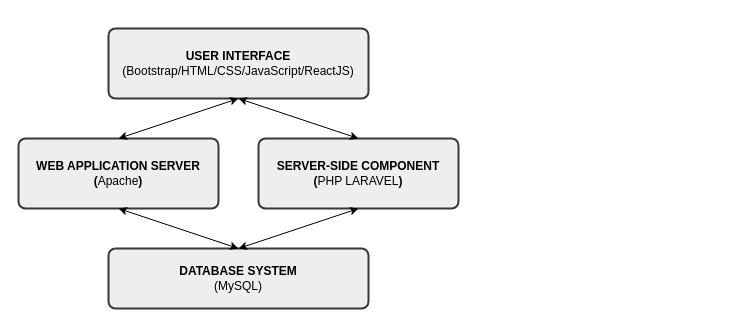
Before: proposal/submission/sec01/stakeholder/diagram/flowchart.drawio in drshahizan/software-engineering, a draw.io diagram. Source tidied: cells renumbered, new cells numbered last; positions are measured from the earlier drawing's top-left corner, leaving out a move shared by most shapes. Both pictures are drawn from the tidied source at 100%, with x=0, y=0 at pixel (18, 28).
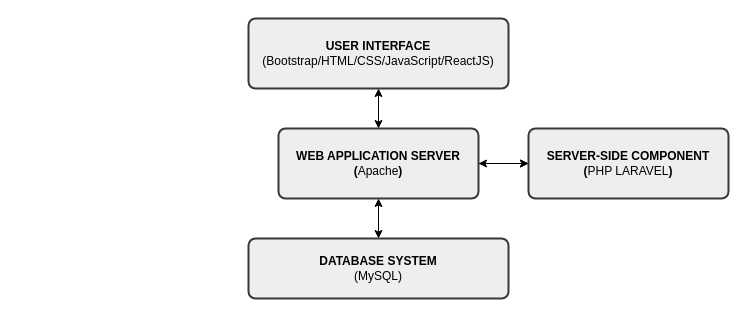
The same page after the edit.

Change to the diagram source:
```diff
@@
 <mxGraphModel background="#ffffff">
   <root>
     <mxCell id="0" />
     <mxCell id="1" parent="0" />
     <mxCell id="2" value="&lt;b&gt;USER INTERFACE&lt;br&gt;&lt;/b&gt;(Bootstrap/HTML/CSS/JavaScript/ReactJS)" style="rounded=1;whiteSpace=wrap;html=1;absoluteArcSize=1;arcSize=14;strokeWidth=2;fillColor=#eeeeee;strokeColor=#36393d;fontColor=#000000;" parent="1" vertex="1">
-      <mxGeometry x="90" width="260" height="70" as="geometry" />
+      <mxGeometry x="230" y="-10" width="260" height="70" as="geometry" />
     </mxCell>
+    <mxCell id="9" style="edgeStyle=none;html=1;entryX=0;entryY=0.5;entryDx=0;entryDy=0;" parent="1" edge="1" source="3" target="4">
+      <mxGeometry relative="1" as="geometry" />
+    </mxCell>
+    <mxCell id="10" style="edgeStyle=none;html=1;entryX=0;entryY=0.5;entryDx=0;entryDy=0;strokeColor=#000000;" parent="1" edge="1" source="3" target="4">
+      <mxGeometry relative="1" as="geometry" />
+    </mxCell>
     <mxCell id="3" value="&lt;b&gt;WEB APPLICATION SERVER&lt;br&gt;(&lt;/b&gt;Apache&lt;b&gt;)&lt;br&gt;&lt;/b&gt;" style="rounded=1;whiteSpace=wrap;html=1;absoluteArcSize=1;arcSize=14;strokeWidth=2;fillColor=#eeeeee;strokeColor=#36393d;fontColor=#000000;" parent="1" vertex="1">
-      <mxGeometry y="110" width="200" height="70" as="geometry" />
+      <mxGeometry x="260" y="100" width="200" height="70" as="geometry" />
     </mxCell>
+    <mxCell id="11" style="edgeStyle=none;html=1;entryX=1;entryY=0.5;entryDx=0;entryDy=0;strokeColor=#000000;" parent="1" edge="1">
+      <mxGeometry relative="1" as="geometry">
+        <mxPoint x="510" y="135" as="sourcePoint" />
+        <mxPoint x="460" y="135" as="targetPoint" />
+      </mxGeometry>
+    </mxCell>
     <mxCell id="4" value="&lt;b&gt;SERVER-SIDE COMPONENT&lt;br&gt;(&lt;/b&gt;PHP LARAVEL&lt;b&gt;)&lt;br&gt;&lt;/b&gt;" style="rounded=1;whiteSpace=wrap;html=1;absoluteArcSize=1;arcSize=14;strokeWidth=2;fillColor=#eeeeee;strokeColor=#36393d;fontColor=#000000;" parent="1" vertex="1">
-      <mxGeometry x="240" y="110" width="200" height="70" as="geometry" />
+      <mxGeometry x="510" y="100" width="200" height="70" as="geometry" />
     </mxCell>
     <mxCell id="5" value="&lt;b&gt;DATABASE SYSTEM&lt;br&gt;&lt;/b&gt;(MySQL)" style="rounded=1;whiteSpace=wrap;html=1;absoluteArcSize=1;arcSize=14;strokeWidth=2;fillColor=#eeeeee;strokeColor=#36393d;fontColor=#000000;" parent="1" vertex="1">
-      <mxGeometry x="90" y="220" width="260" height="60" as="geometry" />
+      <mxGeometry x="230" y="210" width="260" height="60" as="geometry" />
     </mxCell>
     <mxCell id="6" style="endArrow=classic;startArrow=classic;html=1;fontColor=#000000;entryX=0.5;entryY=1;entryDx=0;entryDy=0;strokeColor=#000000;" parent="1" edge="1" target="3">
       <mxGeometry relative="1" as="geometry">
-        <mxPoint x="220" y="220" as="sourcePoint" />
+        <mxPoint x="360" y="210" as="sourcePoint" />
       </mxGeometry>
     </mxCell>
-    <mxCell id="7" style="endArrow=classic;startArrow=classic;html=1;fontColor=#000000;entryX=0.5;entryY=1;entryDx=0;entryDy=0;exitX=0.5;exitY=0;exitDx=0;exitDy=0;strokeColor=#000000;" parent="1" edge="1" source="5" target="4">
-      <mxGeometry relative="1" as="geometry" />
-    </mxCell>
     <mxCell id="8" style="endArrow=classic;startArrow=classic;html=1;fontColor=#000000;entryX=0.5;entryY=0;entryDx=0;entryDy=0;exitX=0.5;exitY=1;exitDx=0;exitDy=0;fillColor=#eeeeee;strokeColor=#000000;" parent="1" edge="1" source="2" target="3">
       <mxGeometry relative="1" as="geometry" />
     </mxCell>
-    <mxCell id="9" style="endArrow=classic;startArrow=classic;html=1;fontColor=#000000;entryX=0.5;entryY=0;entryDx=0;entryDy=0;exitX=0.5;exitY=1;exitDx=0;exitDy=0;strokeColor=#000000;" parent="1" edge="1" source="2" target="4">
-      <mxGeometry relative="1" as="geometry" />
-    </mxCell>
   </root>
 </mxGraphModel>
```
